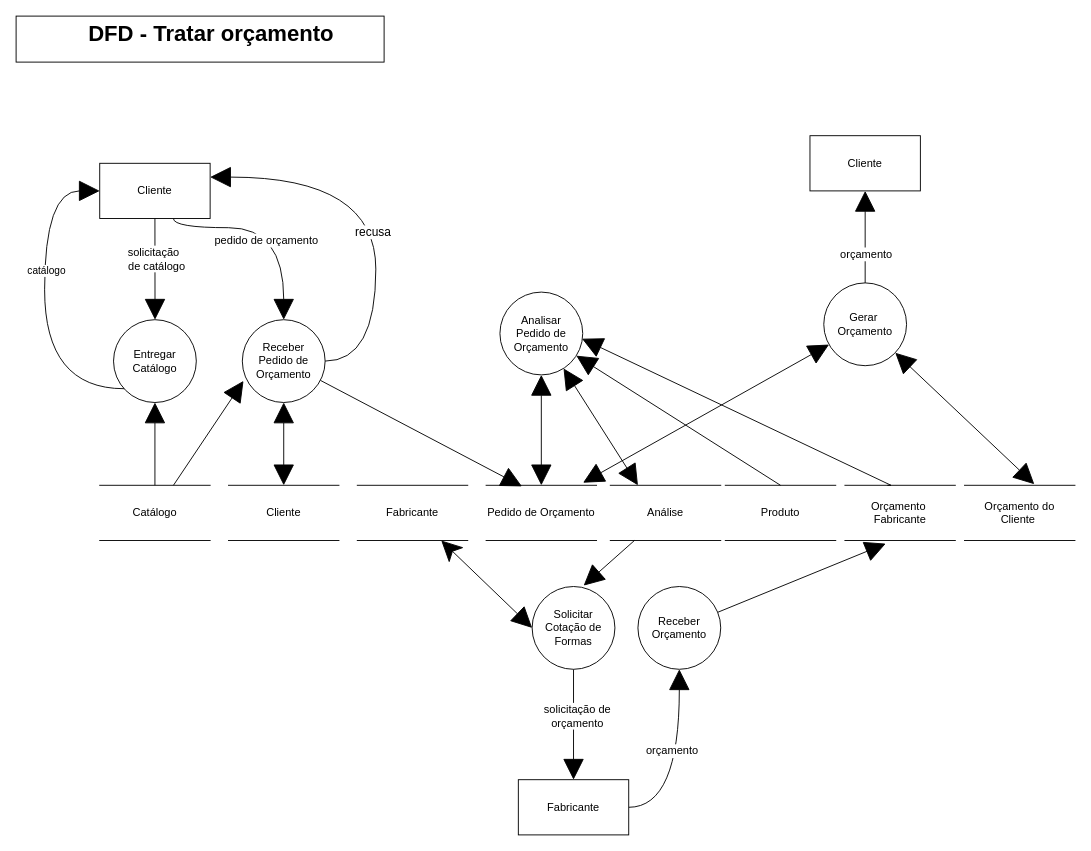
Systematicos/FindingApp keeps this draw.io diagram as Documentation/Arquivos Editaveis/DFD Tratar Orcamento.drawio. Above is the earlier version. Source tidied: cells renumbered, new cells numbered last; positions are measured from the earlier drawing's top-left corner, leaving out a move shared by most shapes. Both pictures are drawn from the tidied source at 92%, with x=0, y=0 at pixel (16, 16).
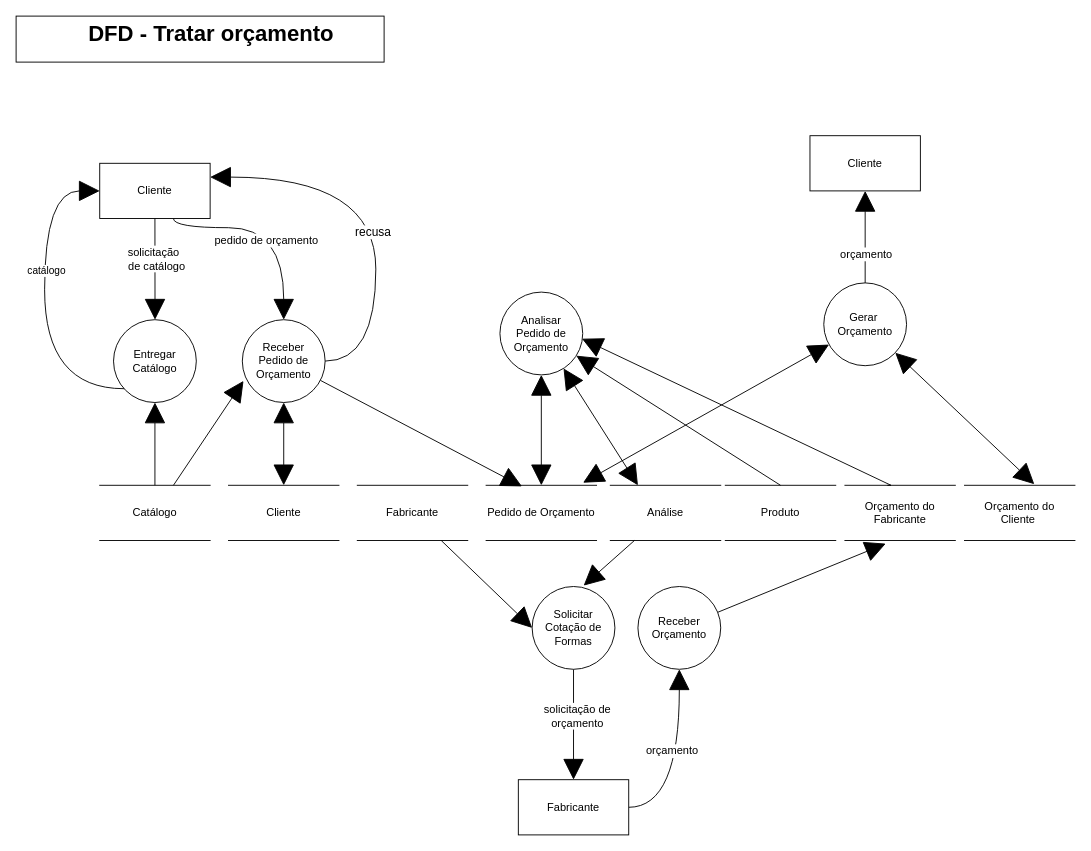
Above is the later version.

The change refers to these unchanged cells:
```xml
<mxCell id="31" value="Solicitar Cotação de Formas" style="ellipse;whiteSpace=wrap;html=1;fillColor=#FFFFFF;" parent="1" vertex="1">
  <mxGeometry x="560.9" y="620" width="90" height="90" as="geometry" />
</mxCell>
<mxCell id="46" value="Fabricante" style="shape=partialRectangle;whiteSpace=wrap;html=1;left=0;right=0;fillColor=none;" parent="1" vertex="1">
  <mxGeometry x="370.9" y="510" width="120" height="60" as="geometry" />
</mxCell>
```

What changed in the source:
```diff
@@
-    <mxCell id="40" value="Orçamento&amp;nbsp;&lt;br&gt;Fabricante" style="shape=partialRectangle;whiteSpace=wrap;html=1;left=0;right=0;fillColor=none;" parent="1" vertex="1">
+    <mxCell id="40" value="Orçamento do Fabricante" style="shape=partialRectangle;whiteSpace=wrap;html=1;left=0;right=0;fillColor=none;" parent="1" vertex="1">
       <mxGeometry x="900.9" y="510" width="120" height="60" as="geometry" />
     </mxCell>
@@
-    <mxCell id="45" style="edgeStyle=none;rounded=0;jettySize=auto;html=1;entryX=0;entryY=0.5;entryDx=0;entryDy=0;startArrow=classic;startFill=1;endSize=20;strokeWidth=1;startSize=20;endArrow=block;endFill=1;" parent="1" edge="1" source="46" target="31">
+    <mxCell id="45" style="edgeStyle=none;rounded=0;jettySize=auto;html=1;entryX=0;entryY=0.5;entryDx=0;entryDy=0;startArrow=none;startFill=0;endSize=20;strokeWidth=1;startSize=20;endArrow=block;endFill=1;" parent="1" edge="1" source="46" target="31">
       <mxGeometry relative="1" as="geometry" />
     </mxCell>
```
